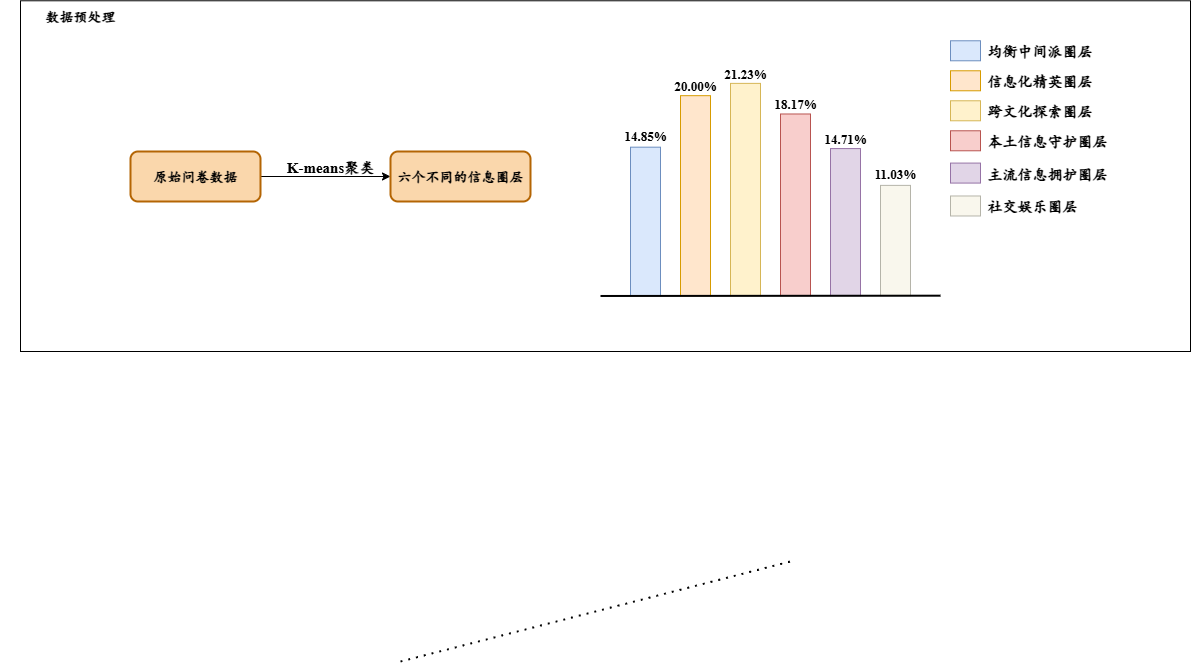
Earlier version of the draw.io export data_process.drawio.png (GUMrkai/FairAgent). Source tidied: cells renumbered, new cells last; positions are measured from the earlier drawing's top-left corner, leaving out a move shared by most shapes.
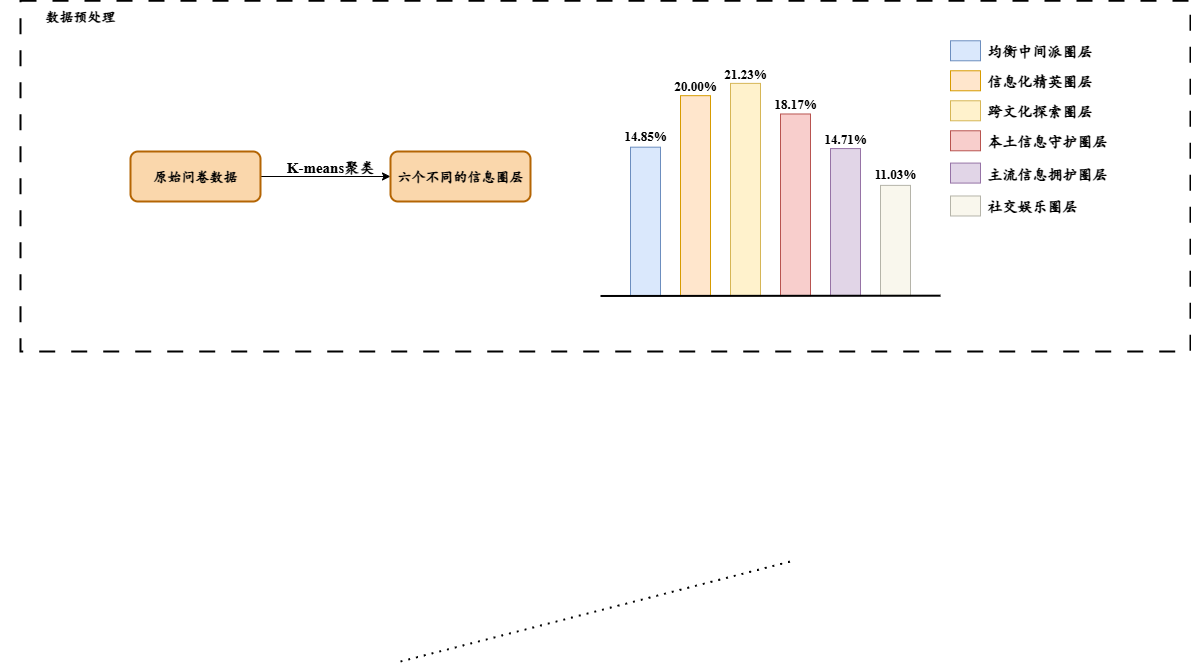
Later version of the same file.

Change to the diagram source:
```diff
@@ -2,7 +2,7 @@
   <root>
     <mxCell id="0" />
     <mxCell id="1" parent="0" />
-    <mxCell id="2" style="rounded=0;whiteSpace=wrap;html=1;" parent="1" vertex="1">
+    <mxCell id="2" style="rounded=0;whiteSpace=wrap;html=1;strokeWidth=2;dashed=1;dashPattern=8 8;" parent="1" vertex="1">
       <mxGeometry x="20" y="0.3" width="1170" height="350.7" as="geometry" />
     </mxCell>
     <mxCell id="3" style="edgeStyle=orthogonalEdgeStyle;rounded=0;jettySize=auto;html=1;exitX=1;exitY=0.5;exitDx=0;exitDy=0;entryX=0;entryY=0.5;entryDx=0;entryDy=0;" parent="1" edge="1" source="4" target="6">
```
